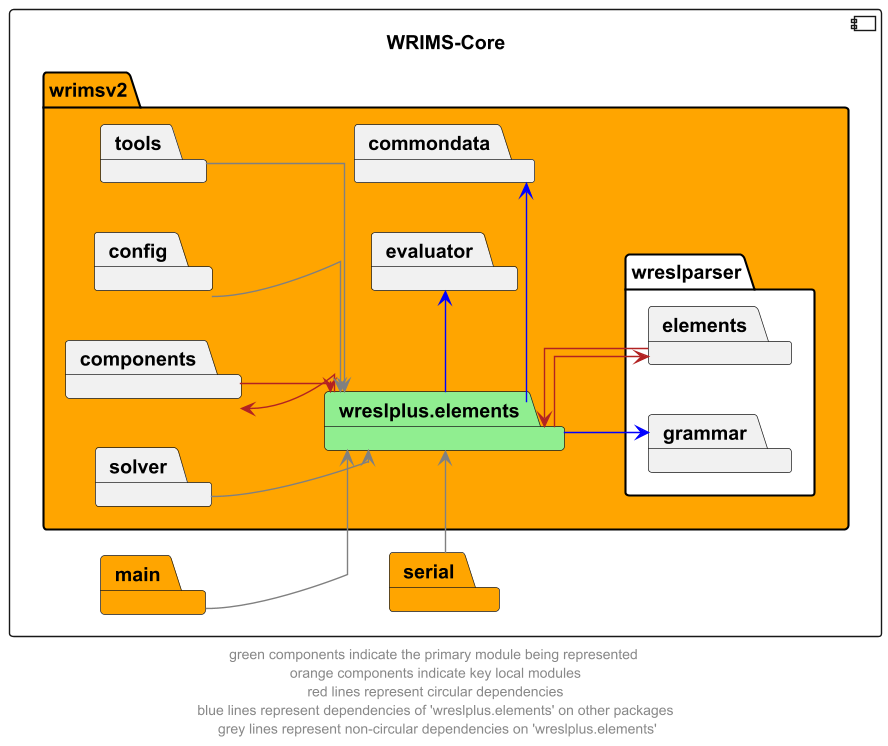
Above: docs/diagrams/wrims-core/wrims-core_wreslplus-elements.png in CentralValleyModeling/wrims (PlantUML), before the change.
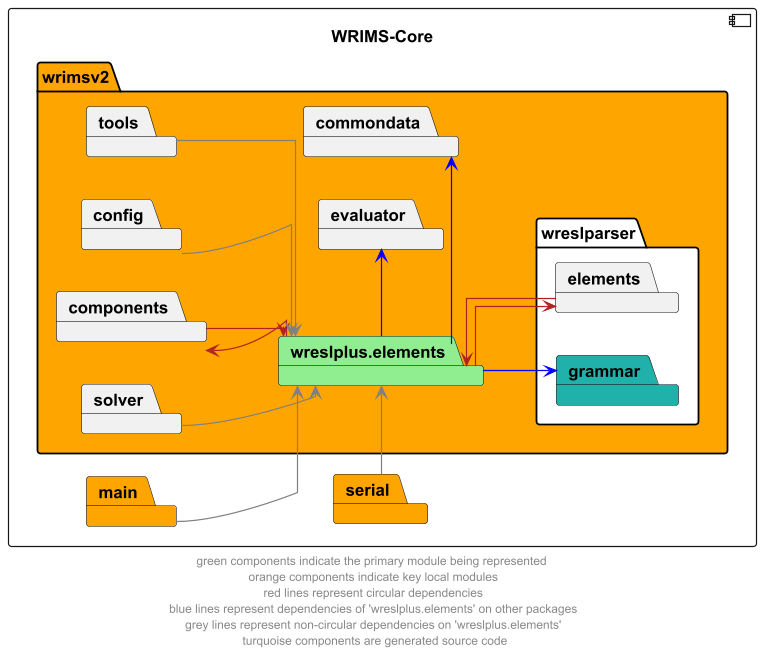
After the change.

Commit message:
Added note about generated code for grammar package

Diff of the diagram source:
```diff
@@ -10,7 +10,7 @@
         package evaluator
         package wreslparser #white {
             package elements
-            package grammar
+            package grammar #lightseagreen
         }
         package config
         package solver
@@ -40,5 +40,5 @@
 serial -u[hidden]-> main
 components -r[hidden]-> config
 
-footer "green components indicate the primary module being represented \n orange components indicate key local modules \n red lines represent circular dependencies \n blue lines represent dependencies of 'wreslplus.elements' on other packages \n grey lines represent non-circular dependencies on 'wreslplus.elements'"
+footer "green components indicate the primary module being represented \n orange components indicate key local modules \n red lines represent circular dependencies \n blue lines represent dependencies of 'wreslplus.elements' on other packages \n grey lines represent non-circular dependencies on 'wreslplus.elements' \n turquoise components are generated source code"
 @enduml
```
